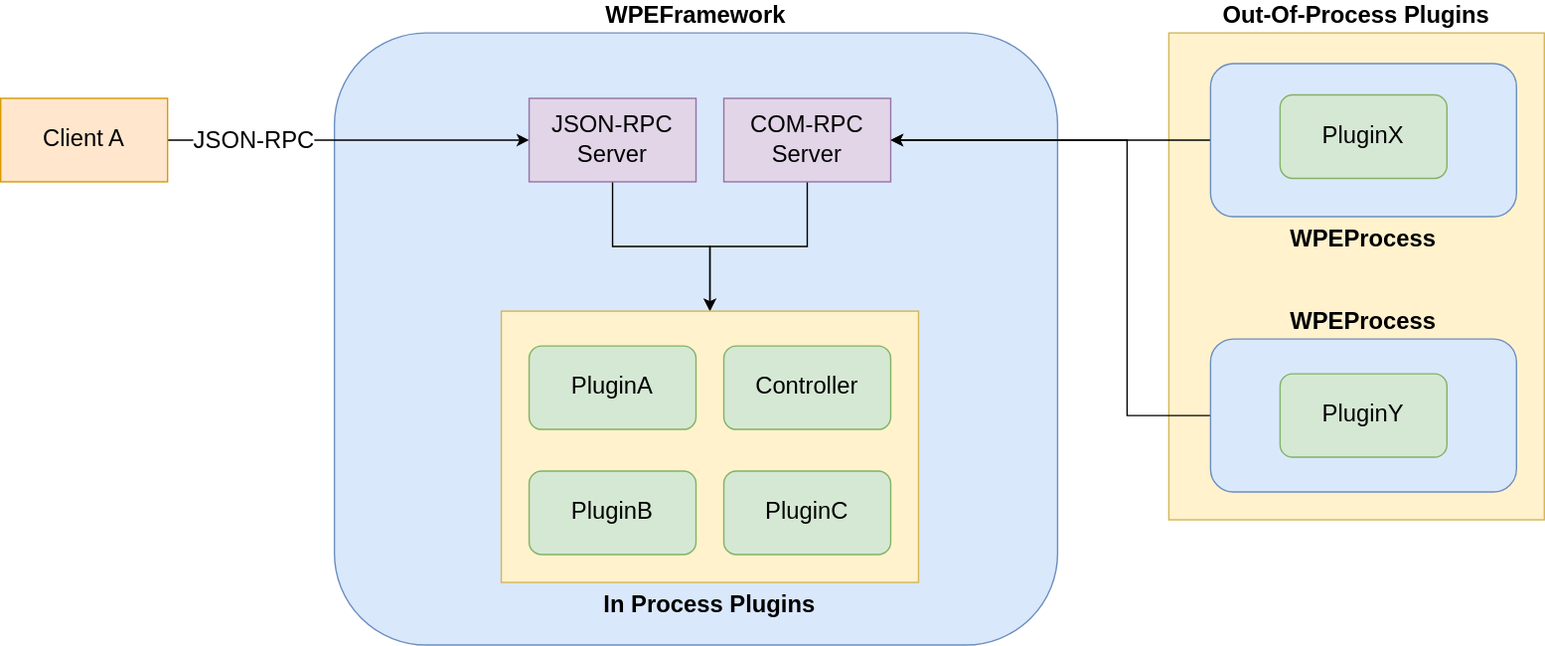
Earlier version of the draw.io export docs/assets/simple_execution_modes.drawio.svg (rdkcentral/Thunder). Source tidied: cells renumbered, new cells last; positions are measured from the earlier drawing's top-left corner, leaving out a move shared by most shapes.
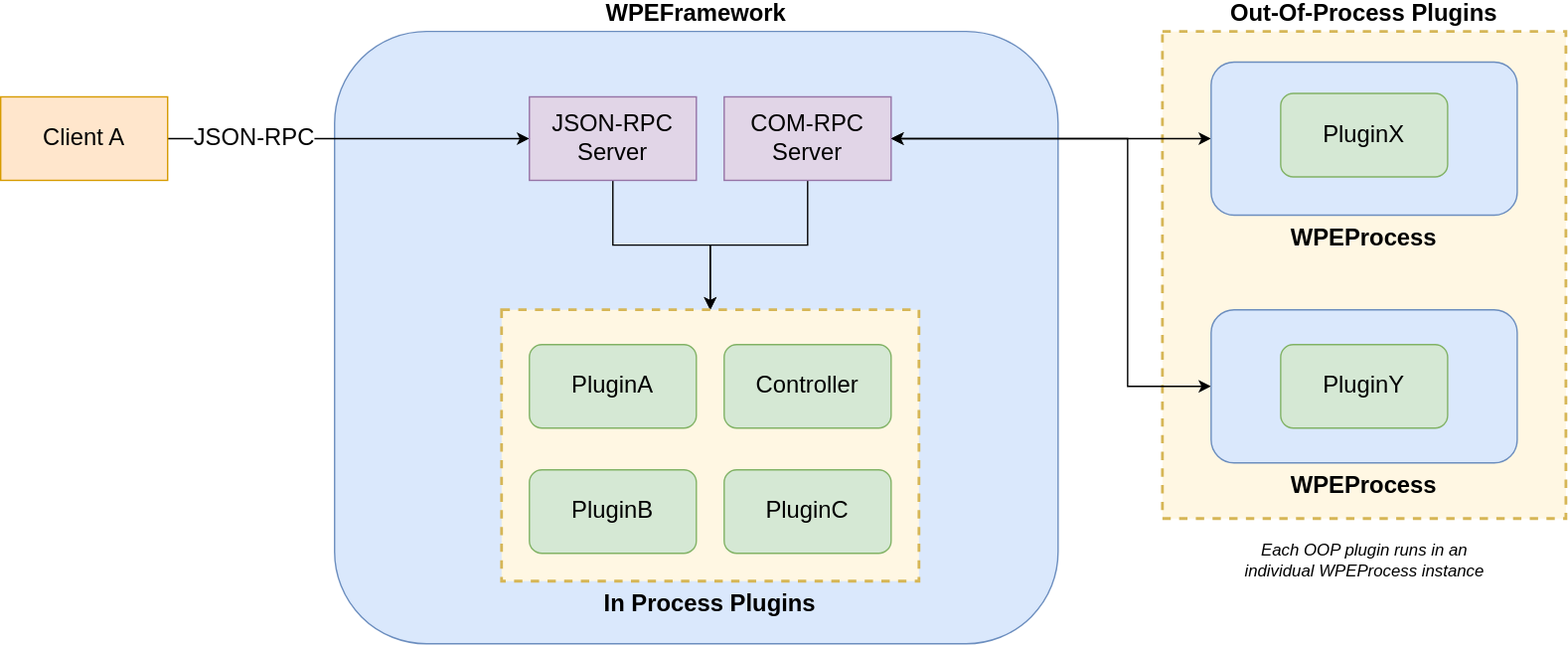
After the change.

Commit message:
Update execution mode diagram

Diff of the diagram source:
```diff
@@ -2,8 +2,8 @@
   <root>
     <mxCell id="0" />
     <mxCell id="1" parent="0" />
-    <mxCell id="2" value="Out-Of-Process Plugins" style="rounded=0;whiteSpace=wrap;html=1;fontSize=17;fillColor=#fff2cc;strokeColor=#d6b656;labelPosition=center;verticalLabelPosition=top;align=center;verticalAlign=bottom;fontStyle=1;" parent="1" vertex="1">
-      <mxGeometry x="840" width="270" height="350" as="geometry" />
+    <mxCell id="2" value="Out-Of-Process Plugins" style="rounded=0;whiteSpace=wrap;html=1;fontSize=17;fillColor=#FFF7E3;strokeColor=#d6b656;labelPosition=center;verticalLabelPosition=top;align=center;verticalAlign=bottom;fontStyle=1;strokeWidth=2;dashed=1;perimeterSpacing=0;" parent="1" vertex="1">
+      <mxGeometry x="835" width="290" height="350" as="geometry" />
     </mxCell>
     <mxCell id="3" value="WPEFramework" style="rounded=1;whiteSpace=wrap;html=1;labelPosition=center;verticalLabelPosition=top;align=center;verticalAlign=bottom;fontStyle=1;fontSize=17;fillColor=#dae8fc;strokeColor=#6c8ebf;" parent="1" vertex="1">
       <mxGeometry x="240" width="520" height="440" as="geometry" />
@@ -25,7 +25,7 @@
     <mxCell id="8" value="JSON-RPC Server" style="rounded=0;whiteSpace=wrap;html=1;fontSize=17;fillColor=#e1d5e7;strokeColor=#9673a6;" parent="1" vertex="1">
       <mxGeometry x="380" y="47" width="120" height="60" as="geometry" />
     </mxCell>
-    <mxCell id="9" style="edgeStyle=orthogonalEdgeStyle;rounded=0;jettySize=auto;html=1;exitX=0;exitY=0.5;exitDx=0;exitDy=0;entryX=1;entryY=0.5;entryDx=0;entryDy=0;fontSize=17;" parent="1" edge="1" source="10" target="13">
+    <mxCell id="9" style="edgeStyle=orthogonalEdgeStyle;rounded=0;jettySize=auto;html=1;exitX=0;exitY=0.5;exitDx=0;exitDy=0;entryX=1;entryY=0.5;entryDx=0;entryDy=0;fontSize=17;startArrow=classic;startFill=1;" parent="1" edge="1" source="10" target="13">
       <mxGeometry relative="1" as="geometry">
         <Array as="points">
           <mxPoint x="840" y="77" />
@@ -47,21 +47,21 @@
     <mxCell id="13" value="COM-RPC Server" style="rounded=0;whiteSpace=wrap;html=1;fontSize=17;fillColor=#e1d5e7;strokeColor=#9673a6;" parent="1" vertex="1">
       <mxGeometry x="520" y="47" width="120" height="60" as="geometry" />
     </mxCell>
-    <mxCell id="14" style="edgeStyle=orthogonalEdgeStyle;rounded=0;jettySize=auto;html=1;exitX=0;exitY=0.5;exitDx=0;exitDy=0;entryX=1;entryY=0.5;entryDx=0;entryDy=0;fontSize=17;" parent="1" edge="1" source="15" target="13">
+    <mxCell id="14" style="edgeStyle=orthogonalEdgeStyle;rounded=0;jettySize=auto;html=1;exitX=0;exitY=0.5;exitDx=0;exitDy=0;entryX=1;entryY=0.5;entryDx=0;entryDy=0;fontSize=17;startArrow=classic;startFill=1;" parent="1" edge="1" source="15" target="13">
       <mxGeometry relative="1" as="geometry">
         <Array as="points">
-          <mxPoint x="810" y="275" />
+          <mxPoint x="810" y="255" />
           <mxPoint x="810" y="77" />
         </Array>
       </mxGeometry>
     </mxCell>
-    <mxCell id="15" value="WPEProcess" style="rounded=1;whiteSpace=wrap;html=1;labelPosition=center;verticalLabelPosition=top;align=center;verticalAlign=bottom;fontStyle=1;fontSize=17;fillColor=#dae8fc;strokeColor=#6c8ebf;" parent="1" vertex="1">
-      <mxGeometry x="870" y="220" width="220" height="110" as="geometry" />
+    <mxCell id="15" value="WPEProcess" style="rounded=1;whiteSpace=wrap;html=1;labelPosition=center;verticalLabelPosition=bottom;align=center;verticalAlign=top;fontStyle=1;fontSize=17;fillColor=#dae8fc;strokeColor=#6c8ebf;" parent="1" vertex="1">
+      <mxGeometry x="870" y="200" width="220" height="110" as="geometry" />
     </mxCell>
     <mxCell id="16" value="PluginY" style="rounded=1;whiteSpace=wrap;html=1;fontSize=17;fillColor=#d5e8d4;strokeColor=#82b366;" parent="1" vertex="1">
-      <mxGeometry x="920" y="245" width="120" height="60" as="geometry" />
+      <mxGeometry x="920" y="225" width="120" height="60" as="geometry" />
     </mxCell>
-    <mxCell id="17" value="In Process Plugins" style="rounded=0;whiteSpace=wrap;html=1;fontSize=17;labelPosition=center;verticalLabelPosition=bottom;align=center;verticalAlign=top;fontStyle=1;fillColor=#fff2cc;strokeColor=#d6b656;" parent="1" vertex="1">
+    <mxCell id="17" value="In Process Plugins" style="rounded=0;whiteSpace=wrap;html=1;fontSize=17;labelPosition=center;verticalLabelPosition=bottom;align=center;verticalAlign=top;fontStyle=1;fillColor=#FFF7E3;strokeColor=#d6b656;strokeWidth=2;dashed=1;" parent="1" vertex="1">
       <mxGeometry x="360" y="200" width="300" height="195" as="geometry" />
     </mxCell>
     <mxCell id="18" value="PluginA" style="rounded=1;whiteSpace=wrap;html=1;fontSize=17;fillColor=#d5e8d4;strokeColor=#82b366;" parent="1" vertex="1">
@@ -76,5 +76,8 @@
     <mxCell id="21" value="Controller" style="rounded=1;whiteSpace=wrap;html=1;fontSize=17;fillColor=#d5e8d4;strokeColor=#82b366;" parent="1" vertex="1">
       <mxGeometry x="520" y="225" width="120" height="60" as="geometry" />
     </mxCell>
+    <mxCell id="22" value="Each OOP plugin runs in an &lt;br&gt;individual WPEProcess instance" style="text;html=1;align=center;verticalAlign=middle;strokeColor=none;fillColor=none;fontStyle=2;" parent="1" vertex="1">
+      <mxGeometry x="885" y="365" width="190" height="30" as="geometry" />
+    </mxCell>
   </root>
 </mxGraphModel>
```
